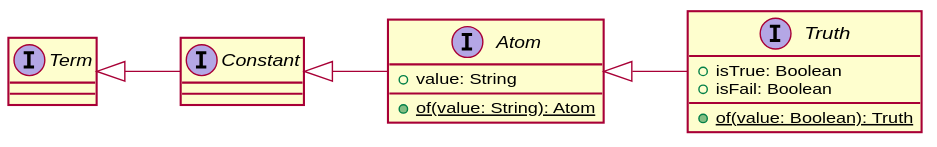
This is img/truth.svg from gciatto-unibo/2p-kt-presentation, a PlantUML export, as it was before one commit.
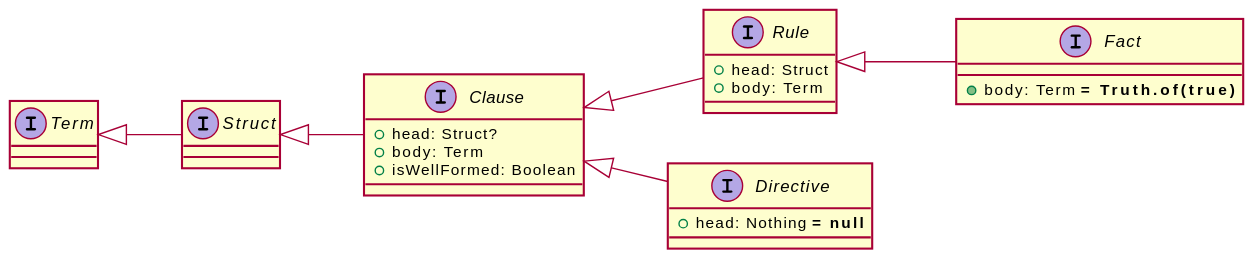
After the commit.

Change to the diagram source:
```diff
@@ -3,21 +3,27 @@
 skinparam shadowing false
 
 interface Term
-interface Constant
-interface Atom {
-  + value: String
-  + {static} of(value: String): Atom
+
+interface Struct
+
+interface Clause {
+  + head: Struct?
+  + body: Term
+  + isWellFormed: Boolean
 }
-interface Truth {
-  + isTrue: Boolean
-  + isFail: Boolean
-  + {static} of(value: Boolean): Truth
+interface Rule {
+  + head: Struct
+  + body: Term
 }
-
-Term <|-down- Constant
-
-Constant <|-down- Atom
-
-Atom <|-down- Truth
-
+interface Directive {
+  + head: Nothing **= null**
+}
+interface Fact {
+  + body: Term **= Truth.of(true)**
+}
+Term <|-- Struct
+Struct <|-- Clause
+Clause <|-- Rule
+Clause <|-- Directive
+Rule <|-- Fact
 @enduml
```
